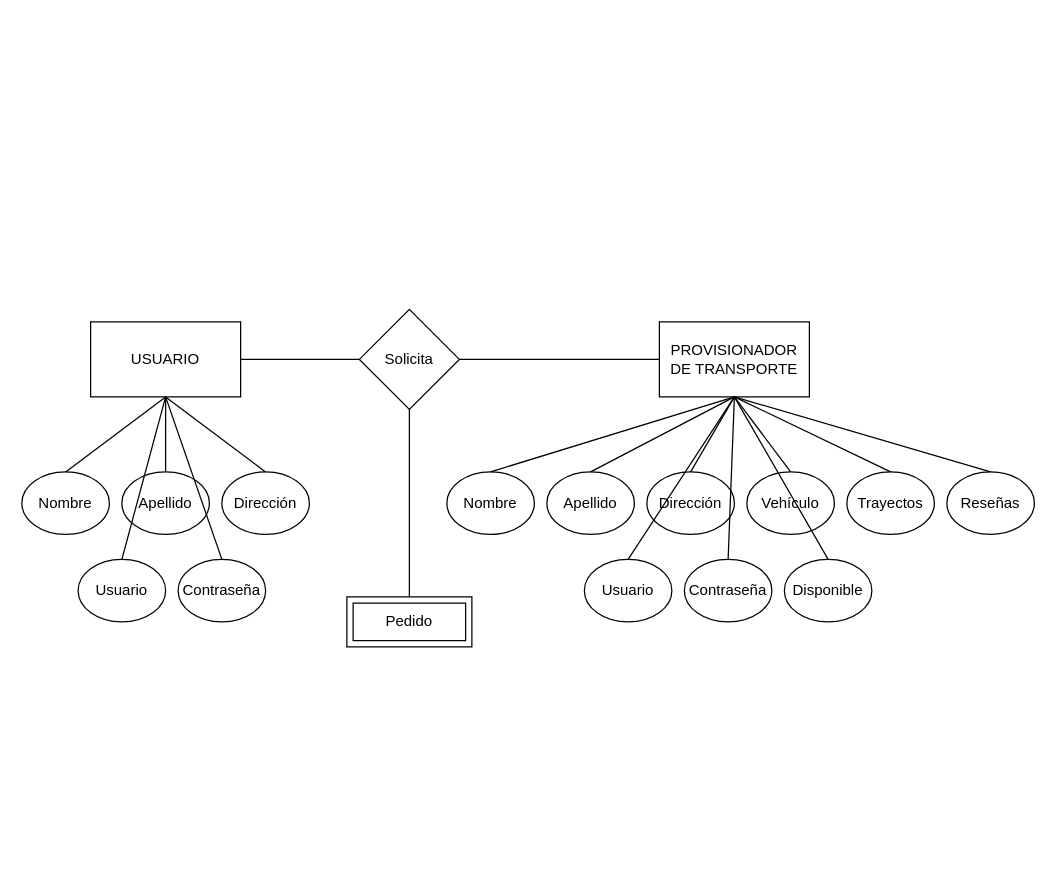
Above: MudApp.drawio in projects-assignments/mudapp-goodpeople (draw.io), before the change. Source tidied: cells renumbered, new cells numbered last; positions are measured from the earlier drawing's top-left corner, leaving out a move shared by most shapes. Both pictures are drawn from the tidied source at 125%, with x=0, y=0 at pixel (21, 309).
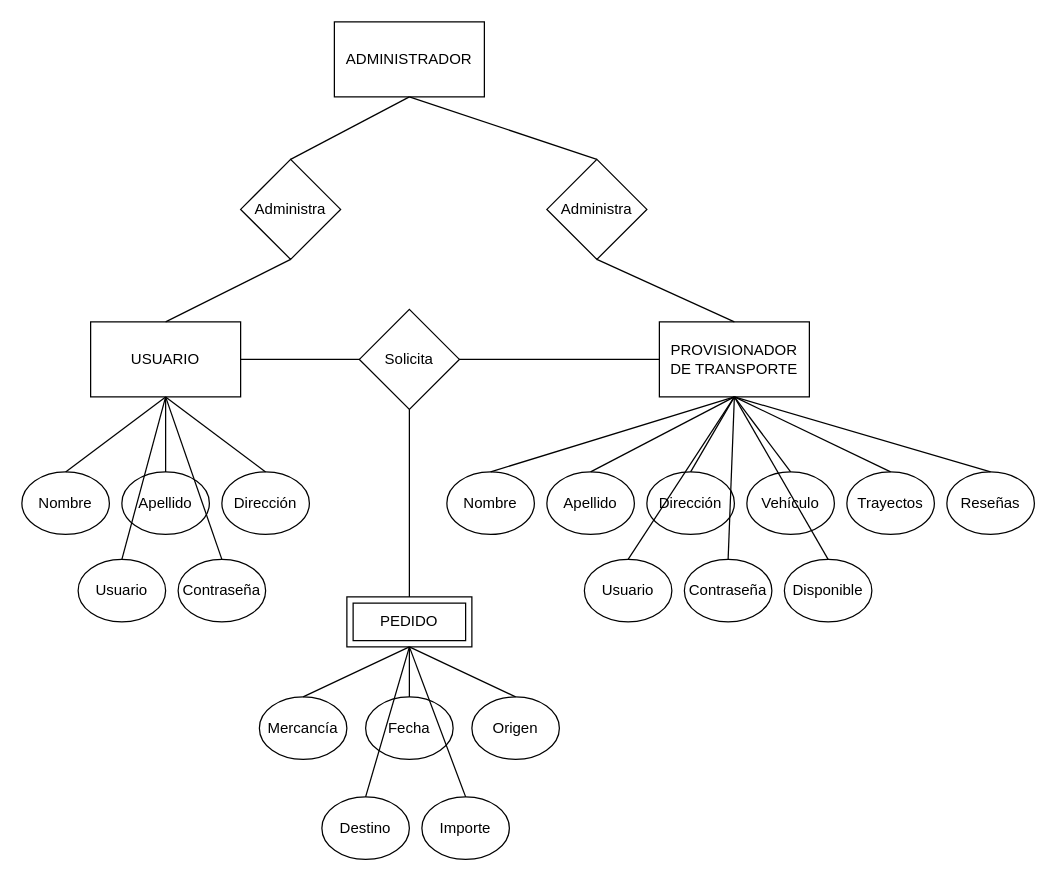
After the change.

The change refers to these unchanged cells:
```xml
<mxCell id="2" value="USUARIO" style="rounded=0;whiteSpace=wrap;html=1;" parent="1" vertex="1">
  <mxGeometry x="55" y="10" width="120" height="60" as="geometry" />
</mxCell>
<mxCell id="3" value="PROVISIONADOR DE TRANSPORTE" style="rounded=0;whiteSpace=wrap;html=1;" parent="1" vertex="1">
  <mxGeometry x="510" y="10" width="120" height="60" as="geometry" />
</mxCell>
```

Change to the diagram source:
```diff
@@
-    <mxCell id="35" value="Pedido" style="shape=ext;margin=3;double=1;whiteSpace=wrap;html=1;align=center;" parent="1" vertex="1">
+    <mxCell id="35" value="PEDIDO" style="shape=ext;margin=3;double=1;whiteSpace=wrap;html=1;align=center;" parent="1" vertex="1">
       <mxGeometry x="260" y="230" width="100" height="40" as="geometry" />
     </mxCell>
+    <mxCell id="36" value="Mercancía" style="ellipse;whiteSpace=wrap;html=1;" parent="1" vertex="1">
+      <mxGeometry x="190" y="310" width="70" height="50" as="geometry" />
+    </mxCell>
+    <mxCell id="37" value="Fecha" style="ellipse;whiteSpace=wrap;html=1;" parent="1" vertex="1">
+      <mxGeometry x="275" y="310" width="70" height="50" as="geometry" />
+    </mxCell>
+    <mxCell id="38" value="Origen" style="ellipse;whiteSpace=wrap;html=1;" parent="1" vertex="1">
+      <mxGeometry x="360" y="310" width="70" height="50" as="geometry" />
+    </mxCell>
+    <mxCell id="39" value="Destino" style="ellipse;whiteSpace=wrap;html=1;" parent="1" vertex="1">
+      <mxGeometry x="240" y="390" width="70" height="50" as="geometry" />
+    </mxCell>
+    <mxCell id="40" value="Importe" style="ellipse;whiteSpace=wrap;html=1;" parent="1" vertex="1">
+      <mxGeometry x="320" y="390" width="70" height="50" as="geometry" />
+    </mxCell>
+    <mxCell id="41" style="endArrow=none;html=1;rounded=0;entryX=0.5;entryY=1;entryDx=0;entryDy=0;exitX=0.5;exitY=0;exitDx=0;exitDy=0;" parent="1" edge="1" source="36" target="35">
+      <mxGeometry relative="1" as="geometry" />
+    </mxCell>
+    <mxCell id="42" style="endArrow=none;html=1;rounded=0;entryX=0.5;entryY=1;entryDx=0;entryDy=0;exitX=0.5;exitY=0;exitDx=0;exitDy=0;" parent="1" edge="1" source="37" target="35">
+      <mxGeometry relative="1" as="geometry" />
+    </mxCell>
+    <mxCell id="43" style="endArrow=none;html=1;rounded=0;entryX=0.5;entryY=1;entryDx=0;entryDy=0;exitX=0.5;exitY=0;exitDx=0;exitDy=0;" parent="1" edge="1" source="38" target="35">
+      <mxGeometry relative="1" as="geometry" />
+    </mxCell>
+    <mxCell id="44" style="endArrow=none;html=1;rounded=0;entryX=0.5;entryY=1;entryDx=0;entryDy=0;exitX=0.5;exitY=0;exitDx=0;exitDy=0;" parent="1" edge="1" source="39" target="35">
+      <mxGeometry relative="1" as="geometry" />
+    </mxCell>
+    <mxCell id="45" style="endArrow=none;html=1;rounded=0;exitX=0.5;exitY=0;exitDx=0;exitDy=0;" parent="1" edge="1" source="40">
+      <mxGeometry relative="1" as="geometry">
+        <mxPoint x="310" y="270" as="targetPoint" />
+      </mxGeometry>
+    </mxCell>
+    <mxCell id="46" value="ADMINISTRADOR" style="rounded=0;whiteSpace=wrap;html=1;" parent="1" vertex="1">
+      <mxGeometry x="250" y="-230" width="120" height="60" as="geometry" />
+    </mxCell>
+    <mxCell id="47" style="endArrow=none;html=1;rounded=0;entryX=0.5;entryY=1;entryDx=0;entryDy=0;exitX=0.5;exitY=0;exitDx=0;exitDy=0;" parent="1" edge="1" source="50" target="46">
+      <mxGeometry relative="1" as="geometry" />
+    </mxCell>
+    <mxCell id="48" style="endArrow=none;html=1;rounded=0;entryX=0.5;entryY=1;entryDx=0;entryDy=0;exitX=0.5;exitY=0;exitDx=0;exitDy=0;" parent="1" edge="1" source="52" target="46">
+      <mxGeometry relative="1" as="geometry" />
+    </mxCell>
+    <mxCell id="49" style="endArrow=none;html=1;rounded=0;entryX=0.5;entryY=1;entryDx=0;entryDy=0;exitX=0.5;exitY=0;exitDx=0;exitDy=0;" parent="1" edge="1" source="2" target="50">
+      <mxGeometry relative="1" as="geometry" />
+    </mxCell>
+    <mxCell id="50" value="Administra" style="rhombus;whiteSpace=wrap;html=1;" parent="1" vertex="1">
+      <mxGeometry x="175" y="-120" width="80" height="80" as="geometry" />
+    </mxCell>
+    <mxCell id="51" style="endArrow=none;html=1;rounded=0;entryX=0.5;entryY=1;entryDx=0;entryDy=0;exitX=0.5;exitY=0;exitDx=0;exitDy=0;" parent="1" edge="1" source="3" target="52">
+      <mxGeometry relative="1" as="geometry" />
+    </mxCell>
+    <mxCell id="52" value="Administra" style="rhombus;whiteSpace=wrap;html=1;" parent="1" vertex="1">
+      <mxGeometry x="420" y="-120" width="80" height="80" as="geometry" />
+    </mxCell>
```
